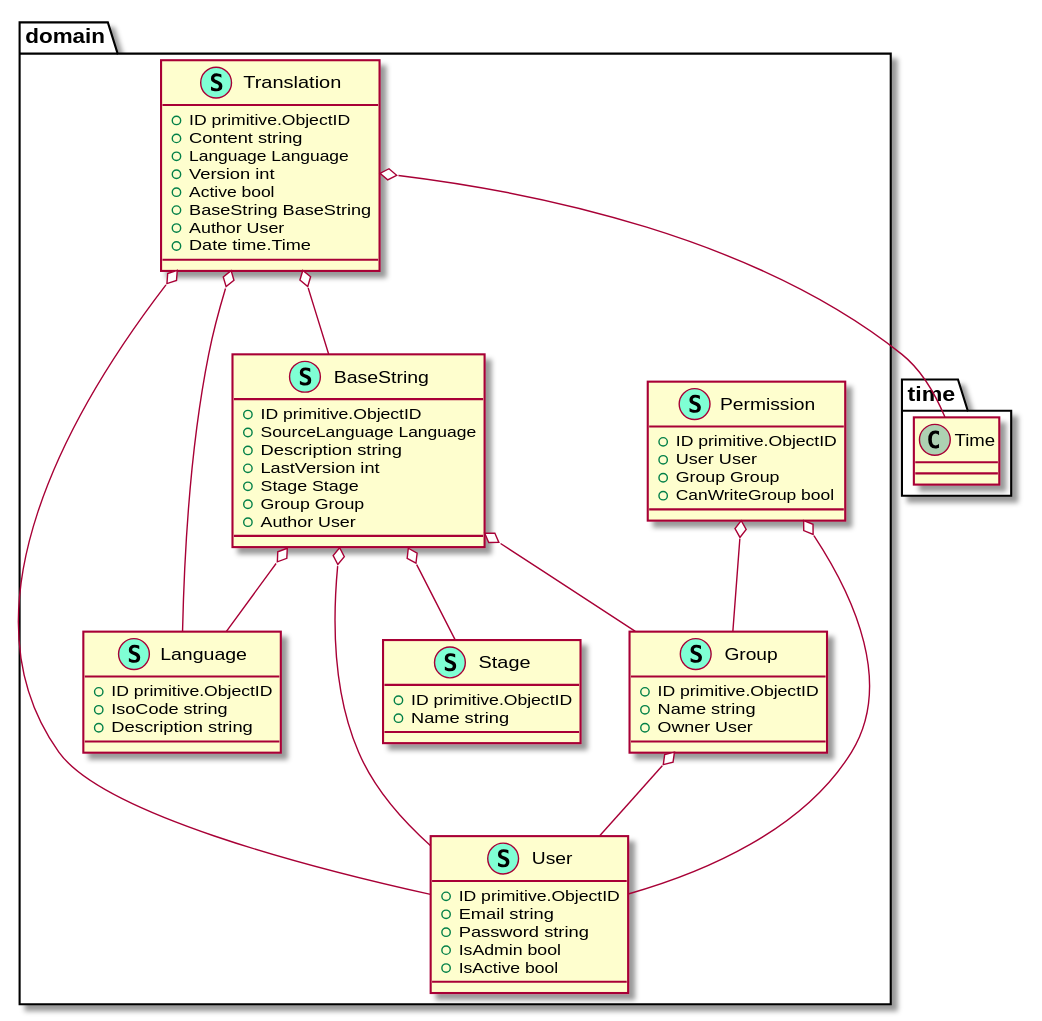
This is backend/assets/dist/UmlDiagram.svg from cafeteru/LocalizeMe, a PlantUML export, as it was before one commit.
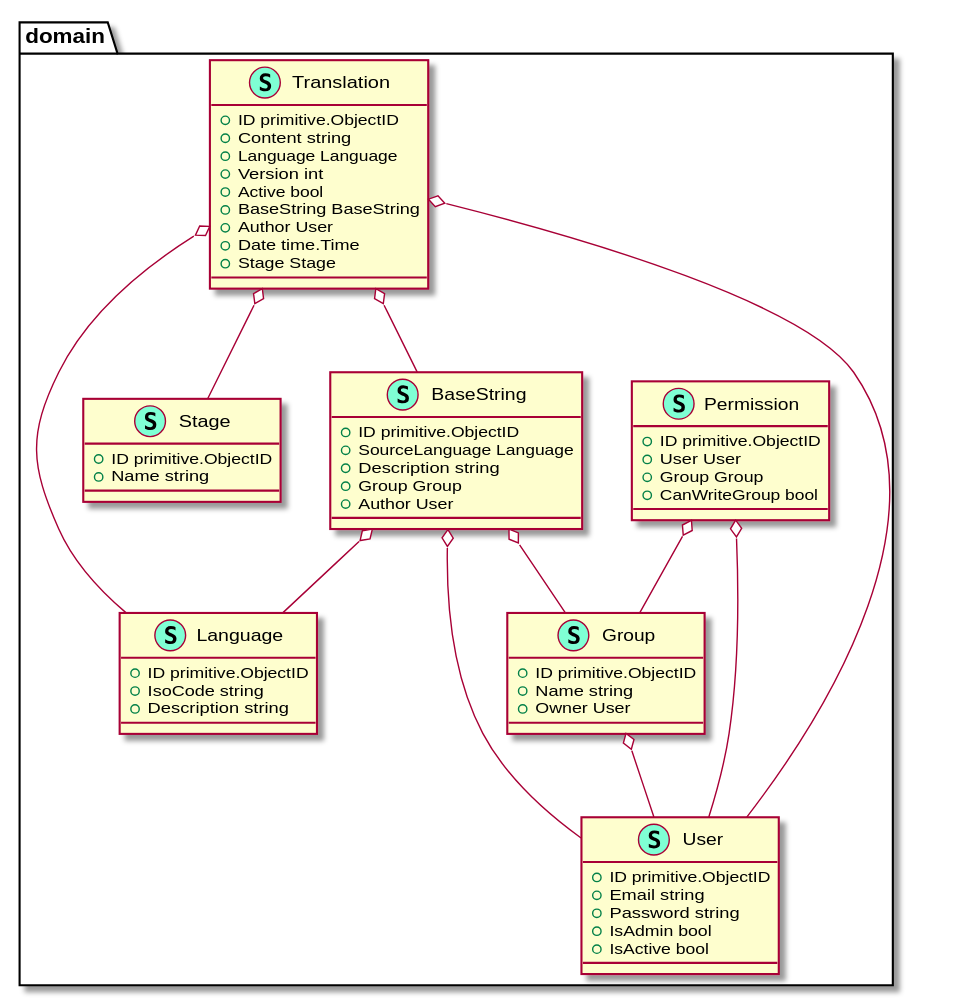
Later version of the same file.

What changed in the source:
```diff
@@ -4,8 +4,6 @@
         + ID primitive.ObjectID
         + SourceLanguage Language
         + Description string
-        + LastVersion int
-        + Stage Stage
         + Group Group
         + Author User
 
@@ -43,6 +41,7 @@
         + BaseString BaseString
         + Author User
         + Date time.Time
+        + Stage Stage
 
     }
     class User << (S,Aquamarine) >> {
@@ -58,14 +57,13 @@
 
 "domain.BaseString" o-- "domain.Group"
 "domain.BaseString" o-- "domain.Language"
-"domain.BaseString" o-- "domain.Stage"
 "domain.BaseString" o-- "domain.User"
 "domain.Group" o-- "domain.User"
 "domain.Permission" o-- "domain.Group"
 "domain.Permission" o-- "domain.User"
 "domain.Translation" o-- "domain.BaseString"
 "domain.Translation" o-- "domain.Language"
+"domain.Translation" o-- "domain.Stage"
 "domain.Translation" o-- "domain.User"
-"domain.Translation" o-- "time.Time"
 
 @enduml
```
